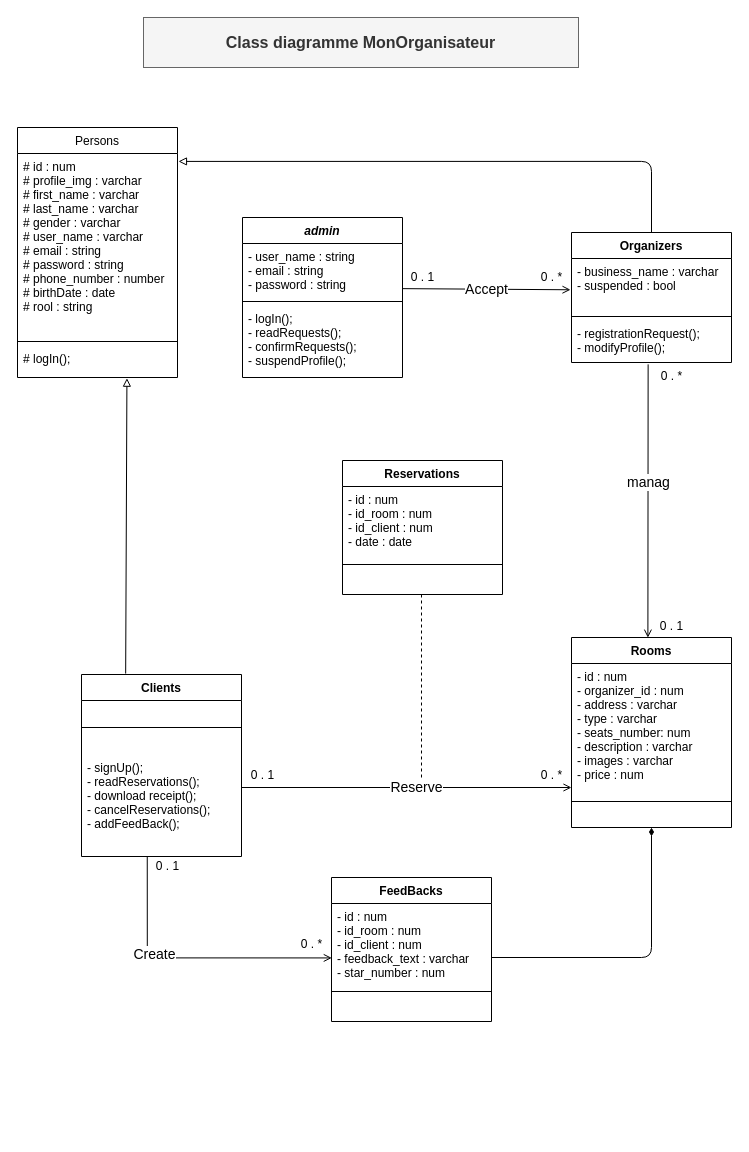
This is UML/diagram-class.drawio from daalimouhcine/Mon_Organisateur, a draw.io file, before an edit. Source tidied: cells renumbered, new cells numbered last; positions are measured from the earlier drawing's top-left corner, leaving out a move shared by most shapes. Both pictures are drawn from the tidied source at 100%, with x=0, y=0 at pixel (17, 17).
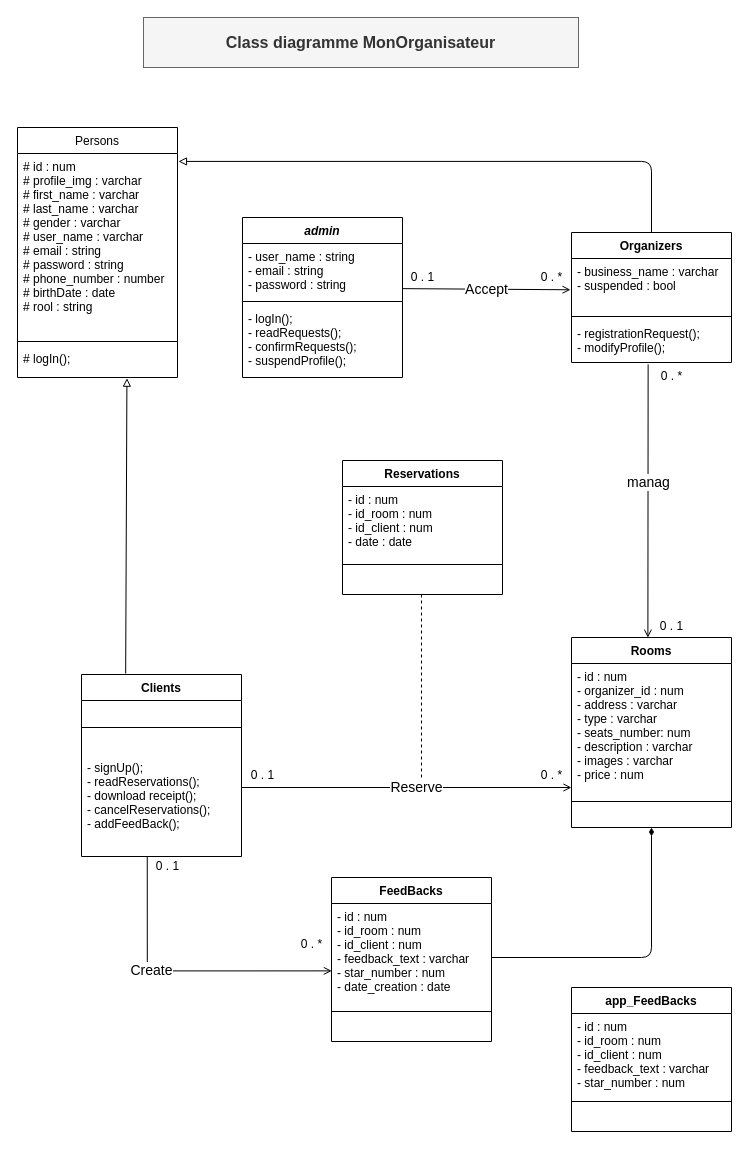
Above is the later version.

Commit message:
modifier diagrame de class

Change to the diagram source:
```diff
@@
     <mxCell id="29" value="FeedBacks" style="swimlane;fontStyle=1;align=center;verticalAlign=top;horizontal=1;startSize=26;" parent="1" vertex="1">
-      <mxGeometry x="314" y="860" width="160" height="144" as="geometry" />
+      <mxGeometry x="314" y="860" width="160" height="164" as="geometry" />
     </mxCell>
-    <mxCell id="30" value="- id : num&#10;- id_room : num&#10;- id_client : num&#10;- feedback_text : varchar&#10;- star_number : num" style="text;strokeColor=none;fillColor=none;align=left;verticalAlign=top;spacingLeft=4;spacingRight=4;overflow=hidden;points=[[0,0.5],[1,0.5]];portConstraint=eastwest;" parent="29" vertex="1">
-      <mxGeometry y="26" width="160" height="84" as="geometry" />
+    <mxCell id="30" value="- id : num&#10;- id_room : num&#10;- id_client : num&#10;- feedback_text : varchar&#10;- star_number : num&#10;- date_creation : date" style="text;strokeColor=none;fillColor=none;align=left;verticalAlign=top;spacingLeft=4;spacingRight=4;overflow=hidden;points=[[0,0.5],[1,0.5]];portConstraint=eastwest;" parent="29" vertex="1">
+      <mxGeometry y="26" width="160" height="104" as="geometry" />
     </mxCell>
     <mxCell id="31" style="line;strokeWidth=1;fillColor=none;align=left;verticalAlign=middle;spacingTop=-1;spacingLeft=3;spacingRight=3;labelPosition=right;" parent="29" vertex="1">
-      <mxGeometry y="110" width="160" height="8" as="geometry" />
+      <mxGeometry y="130" width="160" height="8" as="geometry" />
     </mxCell>
     <mxCell id="32" value="  " style="text;strokeColor=none;fillColor=none;align=left;verticalAlign=top;spacingLeft=4;spacingRight=4;overflow=hidden;" parent="29" vertex="1">
-      <mxGeometry y="118" width="160" height="26" as="geometry" />
+      <mxGeometry y="138" width="160" height="26" as="geometry" />
     </mxCell>
@@
+    <mxCell id="46" value="app_FeedBacks" style="swimlane;fontStyle=1;align=center;verticalAlign=top;horizontal=1;startSize=26;" parent="1" vertex="1">
+      <mxGeometry x="554" y="970" width="160" height="144" as="geometry" />
+    </mxCell>
+    <mxCell id="47" value="- id : num&#10;- id_room : num&#10;- id_client : num&#10;- feedback_text : varchar&#10;- star_number : num" style="text;strokeColor=none;fillColor=none;align=left;verticalAlign=top;spacingLeft=4;spacingRight=4;overflow=hidden;" parent="46" vertex="1">
+      <mxGeometry y="26" width="160" height="84" as="geometry" />
+    </mxCell>
+    <mxCell id="48" style="line;strokeWidth=1;fillColor=none;align=left;verticalAlign=middle;spacingTop=-1;spacingLeft=3;spacingRight=3;labelPosition=right;" parent="46" vertex="1">
+      <mxGeometry y="110" width="160" height="8" as="geometry" />
+    </mxCell>
+    <mxCell id="49" value="  " style="text;strokeColor=none;fillColor=none;align=left;verticalAlign=top;spacingLeft=4;spacingRight=4;overflow=hidden;" parent="46" vertex="1">
+      <mxGeometry y="118" width="160" height="26" as="geometry" />
+    </mxCell>
```
